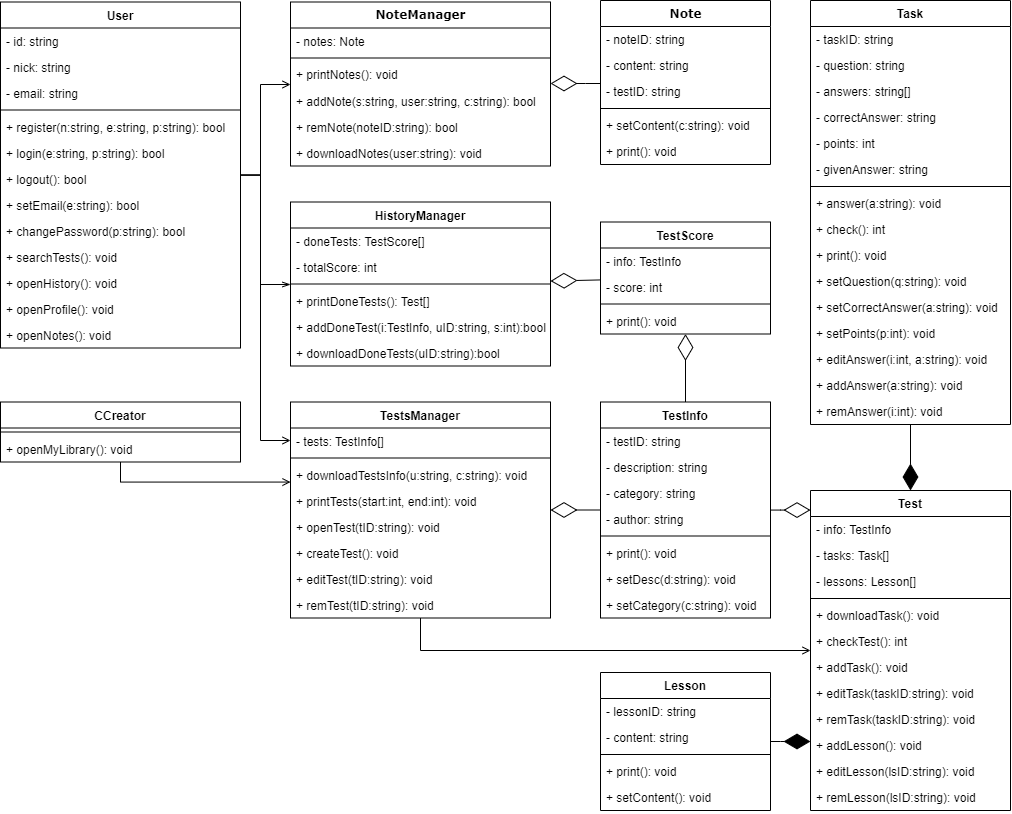
This is doc/Diagramy_UML/diagram_klas.png from WOTxp/PZ21-22, a draw.io export, as it was before one commit. Source tidied: cells renumbered, new cells last; positions are measured from the earlier drawing's top-left corner, leaving out a move shared by most shapes.
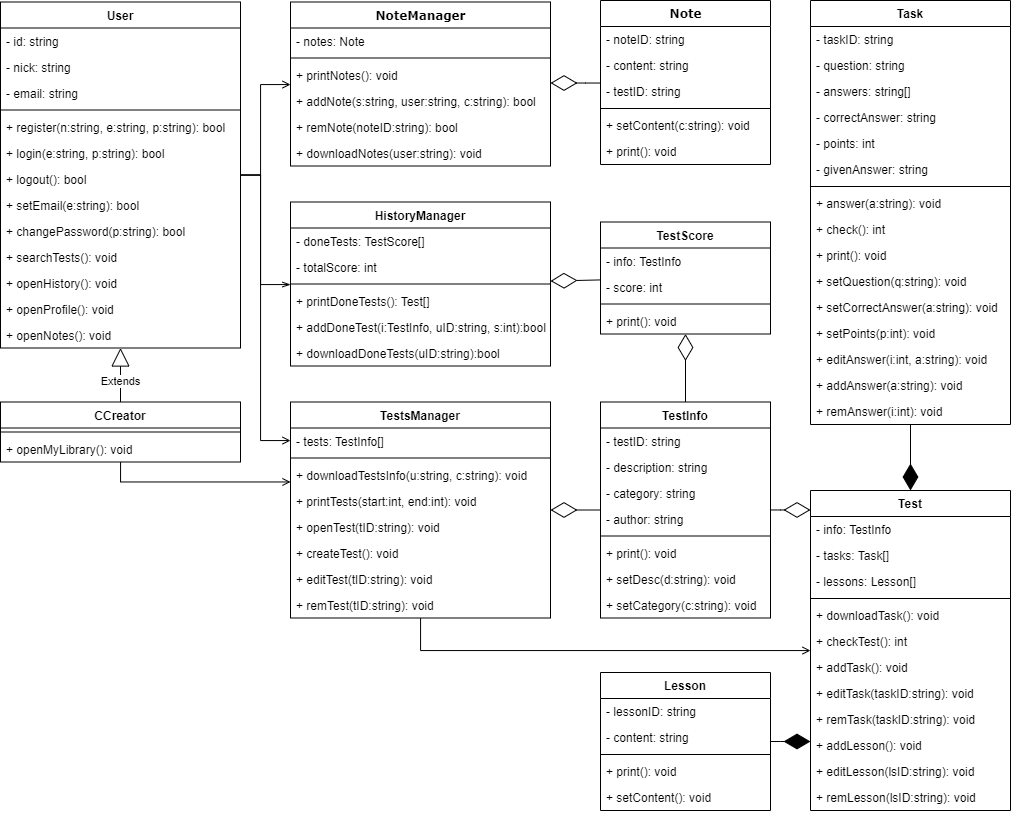
Above is the later version.

Commit message:
Fix diagram klas

Diff of the diagram source:
```diff
@@ -362,5 +362,10 @@
     <mxCell id="110" value="+ setContent(): void" style="text;strokeColor=none;fillColor=none;align=left;verticalAlign=top;spacingLeft=4;spacingRight=4;overflow=hidden;" parent="105" vertex="1">
       <mxGeometry y="112" width="170" height="26" as="geometry" />
     </mxCell>
+    <mxCell id="111" value="Extends" style="endArrow=block;endSize=16;endFill=0;html=1;rounded=0;" parent="1" edge="1" source="42" target="27">
+      <mxGeometry x="-0.2" relative="1" as="geometry">
+        <mxPoint y="1" as="offset" />
+      </mxGeometry>
+    </mxCell>
   </root>
 </mxGraphModel>
```
